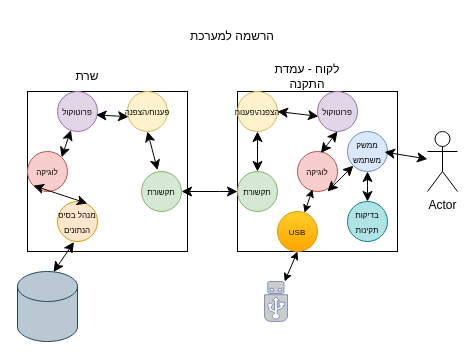
Before: draws/התחברות למערכת.drawio in Eyalen22/Project, a draw.io diagram. Source tidied: cells renumbered, new cells numbered last; positions are measured from the earlier drawing's top-left corner, leaving out a move shared by most shapes. Both pictures are drawn from the tidied source at 100%, with x=0, y=0 at pixel (17, 21).
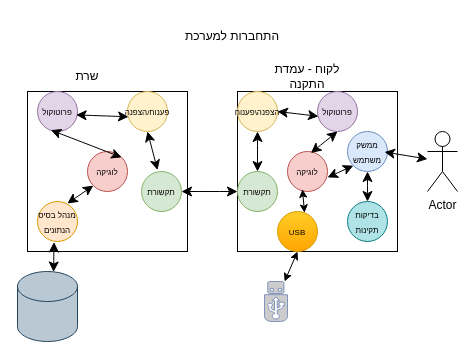
The same diagram, later.

The change refers to these unchanged cells:
```xml
<mxCell id="8" value="&lt;font style=&quot;font-size: 8px;&quot;&gt;ממשק משתמש&lt;/font&gt;" style="ellipse;whiteSpace=wrap;html=1;fillColor=#dae8fc;strokeColor=#6c8ebf;" parent="1" vertex="1">
  <mxGeometry x="330" y="110" width="40" height="40" as="geometry" />
</mxCell>
```

The edit, as a diff of the source:
```diff
@@
-    <mxCell id="2" value="&lt;p&gt;הרשמה למערכת&lt;/p&gt;" style="text;html=1;whiteSpace=wrap;strokeColor=none;fillColor=none;align=center;verticalAlign=middle;rounded=0;" parent="1" vertex="1">
+    <mxCell id="2" value="&lt;p&gt;התחברות למערכת&lt;/p&gt;" style="text;html=1;whiteSpace=wrap;strokeColor=none;fillColor=none;align=center;verticalAlign=middle;rounded=0;" parent="1" vertex="1">
       <mxGeometry x="160" width="110" height="30" as="geometry" />
     </mxCell>
@@
     <mxCell id="15" value="&lt;font style=&quot;font-size: 8px;&quot;&gt;פרוטוקול&lt;/font&gt;" style="ellipse;whiteSpace=wrap;html=1;fillColor=#e1d5e7;strokeColor=#9673a6;" parent="1" vertex="1">
-      <mxGeometry x="40" y="70" width="40" height="40" as="geometry" />
+      <mxGeometry x="20" y="70" width="40" height="40" as="geometry" />
     </mxCell>
@@
     <mxCell id="18" value="&lt;font style=&quot;font-size: 8px;&quot;&gt;לוגיקה&lt;/font&gt;" style="ellipse;whiteSpace=wrap;html=1;fillColor=#f8cecc;strokeColor=#b85450;" parent="1" vertex="1">
-      <mxGeometry x="10" y="130" width="40" height="40" as="geometry" />
+      <mxGeometry x="70" y="130" width="40" height="40" as="geometry" />
     </mxCell>
     <mxCell id="19" value="&lt;font style=&quot;font-size: 8px;&quot;&gt;מנהל בסיס הנתונים&lt;/font&gt;" style="ellipse;whiteSpace=wrap;html=1;fillColor=#ffe6cc;strokeColor=#d79b00;" parent="1" vertex="1">
-      <mxGeometry x="40" y="180" width="40" height="40" as="geometry" />
+      <mxGeometry x="20" y="180" width="40" height="40" as="geometry" />
     </mxCell>
@@
     <mxCell id="23" value="&lt;font style=&quot;font-size: 8px;&quot;&gt;לוגיקה&lt;/font&gt;" style="ellipse;whiteSpace=wrap;html=1;fillColor=#f8cecc;strokeColor=#b85450;" parent="1" vertex="1">
-      <mxGeometry x="280" y="130" width="40" height="40" as="geometry" />
+      <mxGeometry x="270" y="130" width="40" height="40" as="geometry" />
     </mxCell>
     <mxCell id="24" style="endArrow=classic;startArrow=classic;html=1;rounded=0;fontSize=12;startSize=8;endSize=8;curved=1;entryX=0;entryY=1;entryDx=0;entryDy=0;" parent="1" edge="1" target="8">
       <mxGeometry relative="1" as="geometry">
-        <mxPoint x="310" y="170" as="sourcePoint" />
+        <mxPoint x="310" y="155.9" as="sourcePoint" />
         <Array as="points">
-          <mxPoint x="310" y="170" />
+          <mxPoint x="310" y="155.9" />
         </Array>
       </mxGeometry>
     </mxCell>
```
